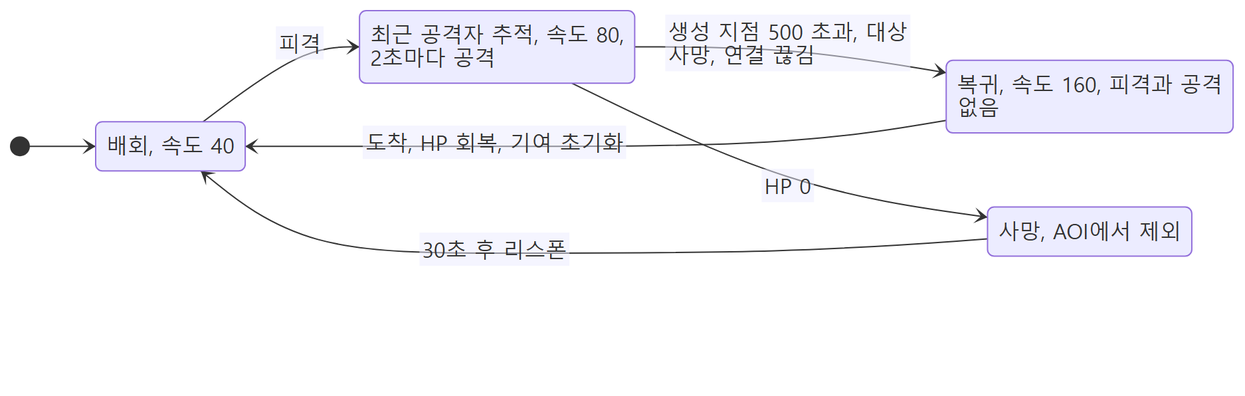
Earlier version of the Mermaid export docs/diagrams/images/flow-slime.png (Dongs9/try_mmo_server). Its source is kept beside it as docs/diagrams/src/flow-slime.mmd.
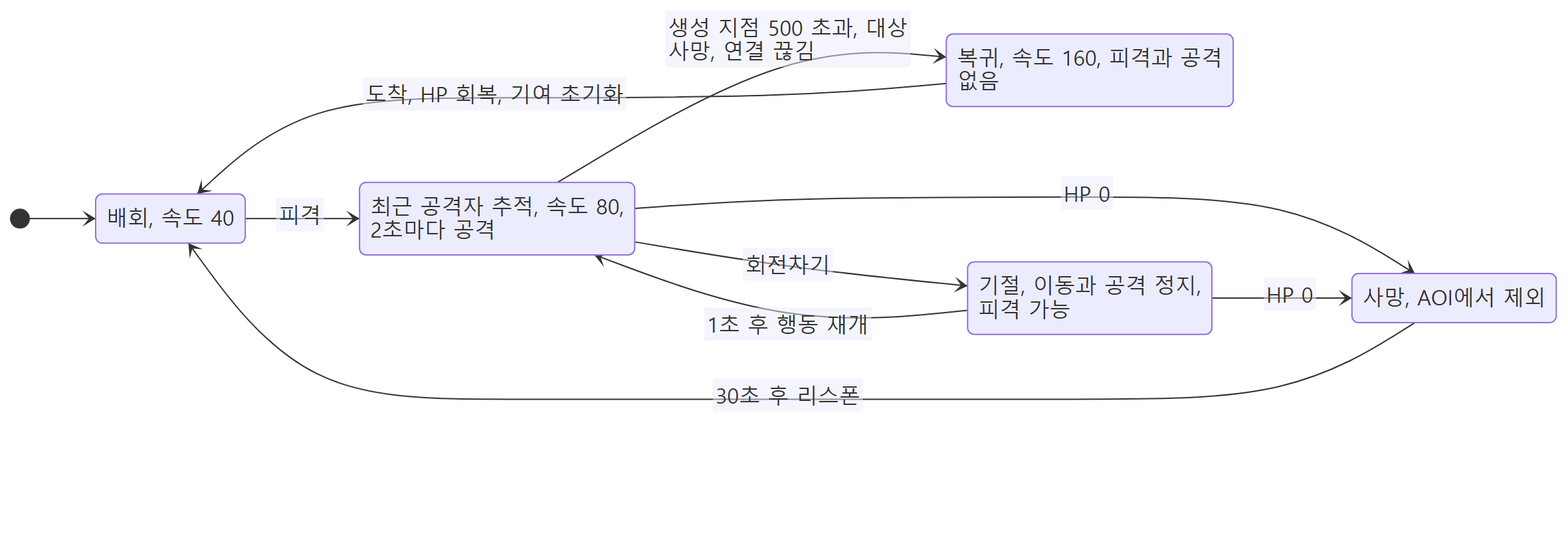
After the change.

The edit, as a diff of the source:
```diff
@@ -4,6 +4,9 @@
     Wander --> Chase : 피격
     Chase --> Return : 생성 지점 500 초과, 대상 사망, 연결 끊김
     Chase --> Dead : HP 0
+    Chase --> Stunned : 회전차기
+    Stunned --> Chase : 1초 후 행동 재개
+    Stunned --> Dead : HP 0
     Return --> Wander : 도착, HP 회복, 기여 초기화
     Dead --> Wander : 30초 후 리스폰
 
@@ -11,3 +14,4 @@
     Chase : 최근 공격자 추적, 속도 80, 2초마다 공격
     Return : 복귀, 속도 160, 피격과 공격 없음
     Dead : 사망, AOI에서 제외
+    Stunned : 기절, 이동과 공격 정지, 피격 가능
```
